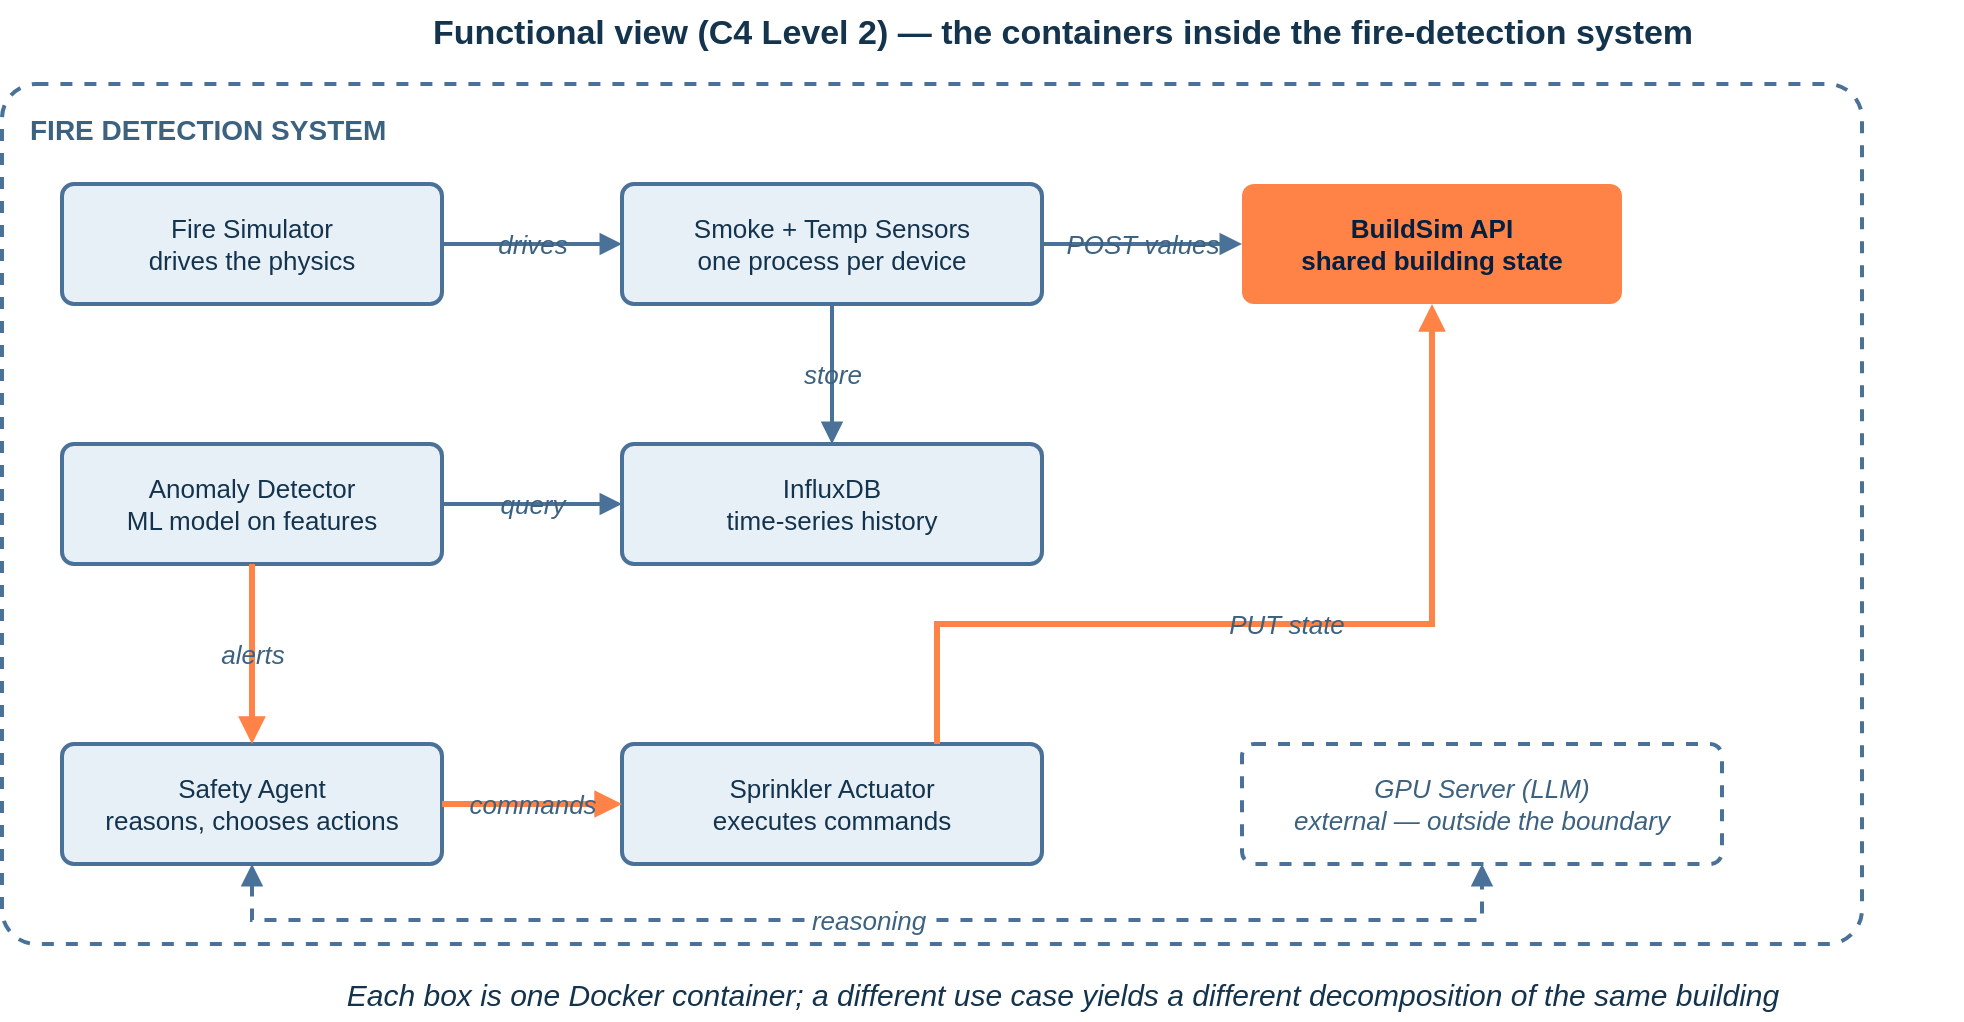
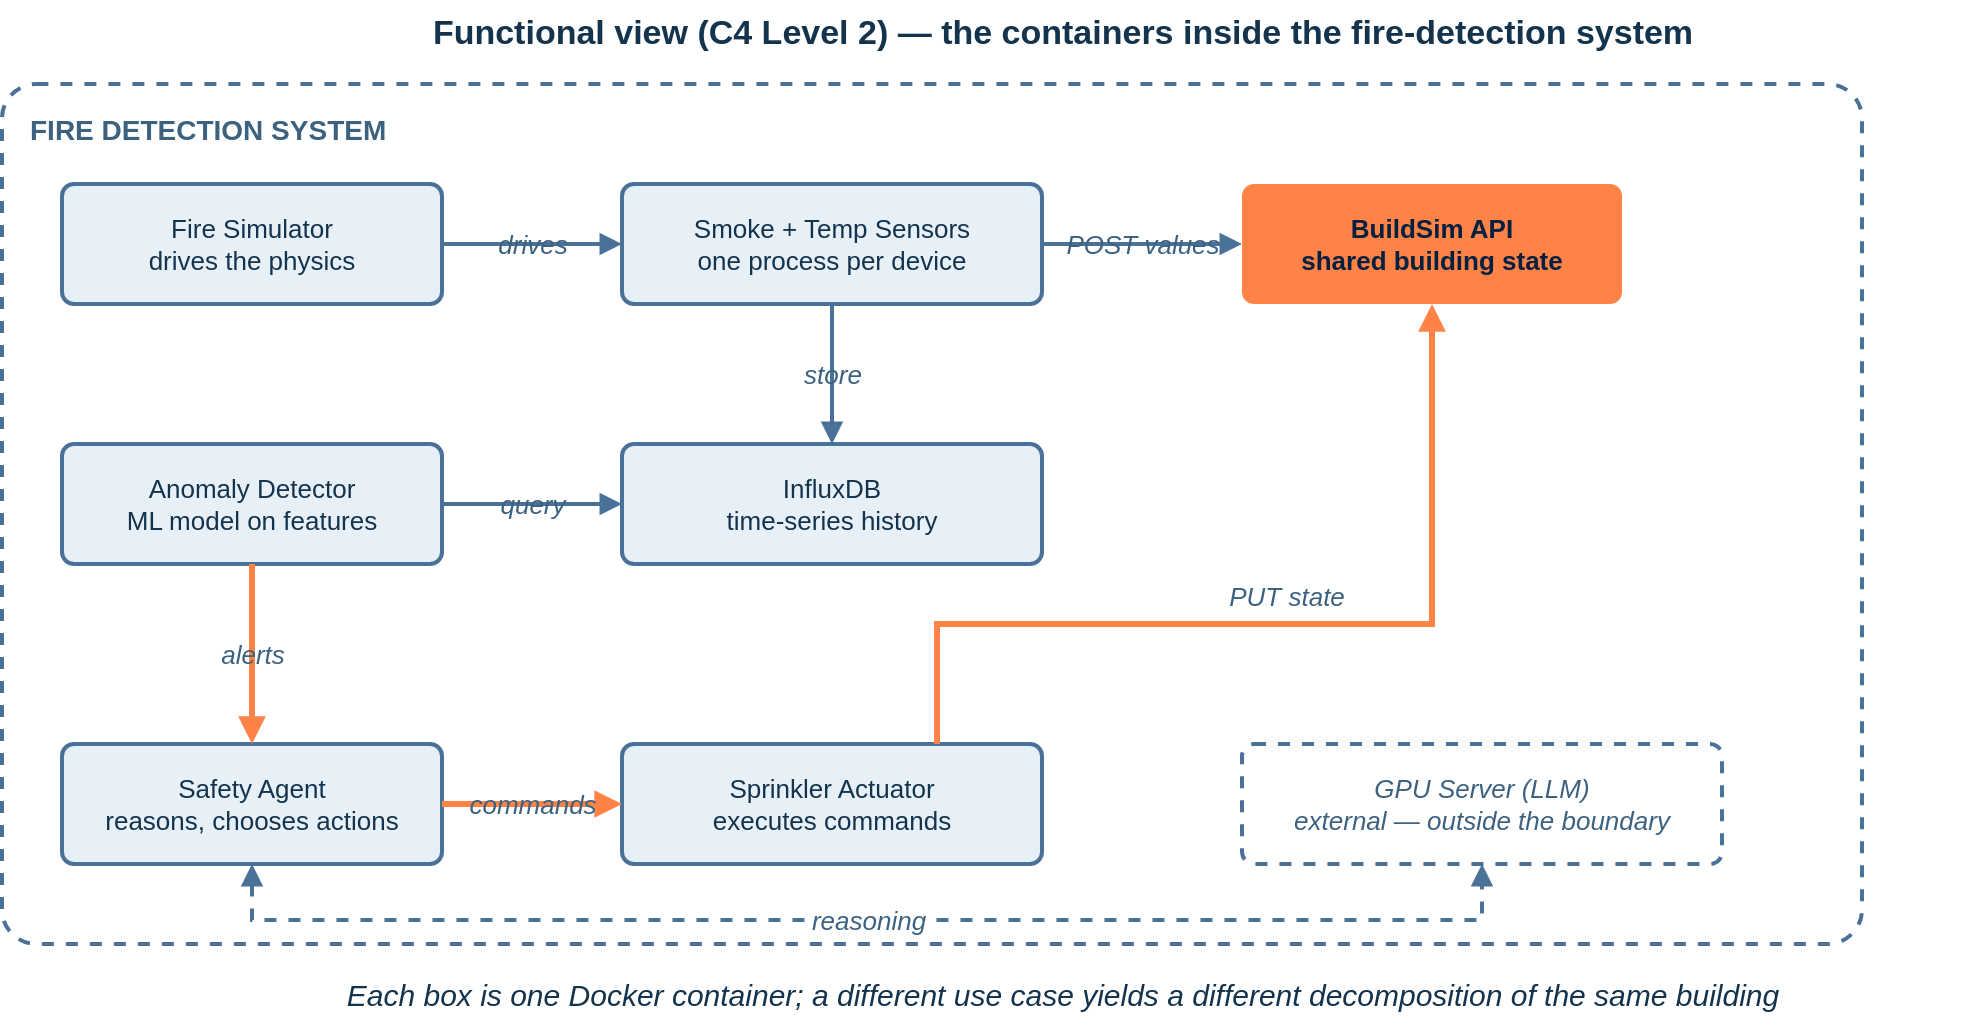
<mxfile host="app.diagrams.net">
  <diagram id="cn1-fig11" name="cn1-fig11">
    <mxGraphModel dx="1000" dy="600" grid="0" page="1" pageScale="1" pageWidth="1140" pageHeight="540" math="0" shadow="0" background="#FFFFFF">
      <root>
        <mxCell id="0"/>
        <mxCell id="1" parent="0"/>
        <mxCell id="title" value="Functional view (C4 Level 2) — the containers inside the fire-detection system" style="text;html=1;align=center;fontColor=#14334D;fontSize=17;fontStyle=1;fontFamily=Helvetica;" vertex="1" parent="1">
          <mxGeometry x="120" y="18" width="900" height="30" as="geometry"/>
        </mxCell>
        <mxCell id="bound" value="FIRE DETECTION SYSTEM" style="rounded=1;whiteSpace=wrap;html=1;fillColor=none;strokeColor=#4A7298;dashed=1;strokeWidth=2;verticalAlign=top;align=left;fontColor=#3D6280;fontSize=14;fontStyle=1;fontFamily=Helvetica;spacingTop=8;spacingLeft=12;arcSize=4;" vertex="1" parent="1">
          <mxGeometry x="40" y="60" width="930" height="430" as="geometry"/>
        </mxCell>
        <mxCell id="sim" value="Fire Simulator&#10;drives the physics" style="rounded=1;whiteSpace=wrap;html=1;fillColor=#E8F0F7;strokeColor=#4A7298;strokeWidth=2;fontColor=#14334D;fontSize=13;fontFamily=Helvetica;arcSize=10;" vertex="1" parent="1">
          <mxGeometry x="70" y="110" width="190" height="60" as="geometry"/>
        </mxCell>
        <mxCell id="sens" value="Smoke + Temp Sensors&#10;one process per device" style="rounded=1;whiteSpace=wrap;html=1;fillColor=#E8F0F7;strokeColor=#4A7298;strokeWidth=2;fontColor=#14334D;fontSize=13;fontFamily=Helvetica;arcSize=10;" vertex="1" parent="1">
          <mxGeometry x="350" y="110" width="210" height="60" as="geometry"/>
        </mxCell>
        <mxCell id="bsapi" value="BuildSim API&#10;shared building state" style="rounded=1;whiteSpace=wrap;html=1;fillColor=#FF8247;strokeColor=none;fontColor=#032040;fontSize=13;fontStyle=1;fontFamily=Helvetica;arcSize=10;" vertex="1" parent="1">
          <mxGeometry x="660" y="110" width="190" height="60" as="geometry"/>
        </mxCell>
        <mxCell id="db" value="InfluxDB&#10;time-series history" style="rounded=1;whiteSpace=wrap;html=1;fillColor=#E8F0F7;strokeColor=#4A7298;strokeWidth=2;fontColor=#14334D;fontSize=13;fontFamily=Helvetica;arcSize=10;" vertex="1" parent="1">
          <mxGeometry x="350" y="240" width="210" height="60" as="geometry"/>
        </mxCell>
        <mxCell id="anom" value="Anomaly Detector&#10;ML model on features" style="rounded=1;whiteSpace=wrap;html=1;fillColor=#E8F0F7;strokeColor=#4A7298;strokeWidth=2;fontColor=#14334D;fontSize=13;fontFamily=Helvetica;arcSize=10;" vertex="1" parent="1">
          <mxGeometry x="70" y="240" width="190" height="60" as="geometry"/>
        </mxCell>
        <mxCell id="agent" value="Safety Agent&#10;reasons, chooses actions" style="rounded=1;whiteSpace=wrap;html=1;fillColor=#E8F0F7;strokeColor=#4A7298;strokeWidth=2;fontColor=#14334D;fontSize=13;fontFamily=Helvetica;arcSize=10;" vertex="1" parent="1">
          <mxGeometry x="70" y="390" width="190" height="60" as="geometry"/>
        </mxCell>
        <mxCell id="spr" value="Sprinkler Actuator&#10;executes commands" style="rounded=1;whiteSpace=wrap;html=1;fillColor=#E8F0F7;strokeColor=#4A7298;strokeWidth=2;fontColor=#14334D;fontSize=13;fontFamily=Helvetica;arcSize=10;" vertex="1" parent="1">
          <mxGeometry x="350" y="390" width="210" height="60" as="geometry"/>
        </mxCell>
        <mxCell id="gpu" value="GPU Server (LLM)&#10;external — outside the boundary" style="rounded=1;whiteSpace=wrap;html=1;fillColor=none;strokeColor=#4A7298;strokeWidth=2;dashed=1;fontColor=#3D6280;fontSize=13;fontStyle=2;fontFamily=Helvetica;arcSize=10;" vertex="1" parent="1">
          <mxGeometry x="660" y="390" width="240" height="60" as="geometry"/>
        </mxCell>
        <mxCell id="e1" value="drives" style="endArrow=block;html=1;strokeColor=#4A7298;strokeWidth=2;fontColor=#3D6280;fontSize=13;fontStyle=2;fontFamily=Helvetica;labelBackgroundColor=none;exitX=1;exitY=0.5;entryX=0;entryY=0.5;" edge="1" parent="1" source="sim" target="sens"><mxGeometry relative="1" as="geometry"/></mxCell>
        <mxCell id="e2" value="POST values" style="endArrow=block;html=1;strokeColor=#4A7298;strokeWidth=2;fontColor=#3D6280;fontSize=13;fontStyle=2;fontFamily=Helvetica;labelBackgroundColor=none;exitX=1;exitY=0.5;entryX=0;entryY=0.5;" edge="1" parent="1" source="sens" target="bsapi"><mxGeometry relative="1" as="geometry"/></mxCell>
        <mxCell id="e3" value="store" style="endArrow=block;html=1;strokeColor=#4A7298;strokeWidth=2;fontColor=#3D6280;fontSize=13;fontStyle=2;fontFamily=Helvetica;labelBackgroundColor=none;exitX=0.5;exitY=1;entryX=0.5;entryY=0;" edge="1" parent="1" source="sens" target="db"><mxGeometry relative="1" as="geometry"/></mxCell>
        <mxCell id="e4" value="query" style="endArrow=block;html=1;strokeColor=#4A7298;strokeWidth=2;fontColor=#3D6280;fontSize=13;fontStyle=2;fontFamily=Helvetica;labelBackgroundColor=none;exitX=1;exitY=0.5;entryX=0;entryY=0.5;" edge="1" parent="1" source="anom" target="db"><mxGeometry relative="1" as="geometry"/></mxCell>
        <mxCell id="e5" value="alerts" style="endArrow=block;html=1;strokeColor=#FF8247;strokeWidth=3;fontColor=#3D6280;fontSize=13;fontStyle=2;fontFamily=Helvetica;labelBackgroundColor=none;exitX=0.5;exitY=1;entryX=0.5;entryY=0;" edge="1" parent="1" source="anom" target="agent"><mxGeometry relative="1" as="geometry"/></mxCell>
        <mxCell id="e6" value="commands" style="endArrow=block;html=1;strokeColor=#FF8247;strokeWidth=3;fontColor=#3D6280;fontSize=13;fontStyle=2;fontFamily=Helvetica;labelBackgroundColor=none;exitX=1;exitY=0.5;entryX=0;entryY=0.5;" edge="1" parent="1" source="agent" target="spr"><mxGeometry relative="1" as="geometry"/></mxCell>
        <mxCell id="e7" value="PUT state" style="endArrow=block;html=1;strokeColor=#FF8247;strokeWidth=3;fontColor=#3D6280;fontSize=13;fontStyle=2;fontFamily=Helvetica;labelBackgroundColor=none;exitX=0.75;exitY=0;entryX=0.5;entryY=1;edgeStyle=orthogonalEdgeStyle;rounded=0;" edge="1" parent="1" source="spr" target="bsapi">
-           <mxGeometry relative="1" as="geometry"><Array as="points"><mxPoint x="507.5" y="330"/><mxPoint x="755" y="330"/></Array></mxGeometry>
+           <mxGeometry relative="1" as="geometry"><Array as="points"><mxPoint x="507.5" y="330"/><mxPoint x="755" y="330"/></Array><mxPoint x="0" y="-14" as="offset"/></mxGeometry>
        </mxCell>
        <mxCell id="e8" value="reasoning" style="endArrow=block;startArrow=block;html=1;strokeColor=#4A7298;strokeWidth=2;dashed=1;edgeStyle=orthogonalEdgeStyle;rounded=0;fontColor=#3D6280;fontSize=13;fontStyle=2;fontFamily=Helvetica;labelBackgroundColor=#FFFFFF;exitX=0.5;exitY=1;entryX=0.5;entryY=1;" edge="1" parent="1" source="agent" target="gpu">
          <mxGeometry relative="1" as="geometry"><Array as="points"><mxPoint x="165" y="478"/><mxPoint x="780" y="478"/></Array></mxGeometry>
        </mxCell>
        <mxCell id="cap" value="Each box is one Docker container; a different use case yields a different decomposition of the same building" style="text;html=1;align=center;fontColor=#14334D;fontSize=15;fontStyle=2;fontFamily=Helvetica;" vertex="1" parent="1">
          <mxGeometry x="140" y="500" width="860" height="28" as="geometry"/>
        </mxCell>
      </root>
    </mxGraphModel>
  </diagram>
</mxfile>
